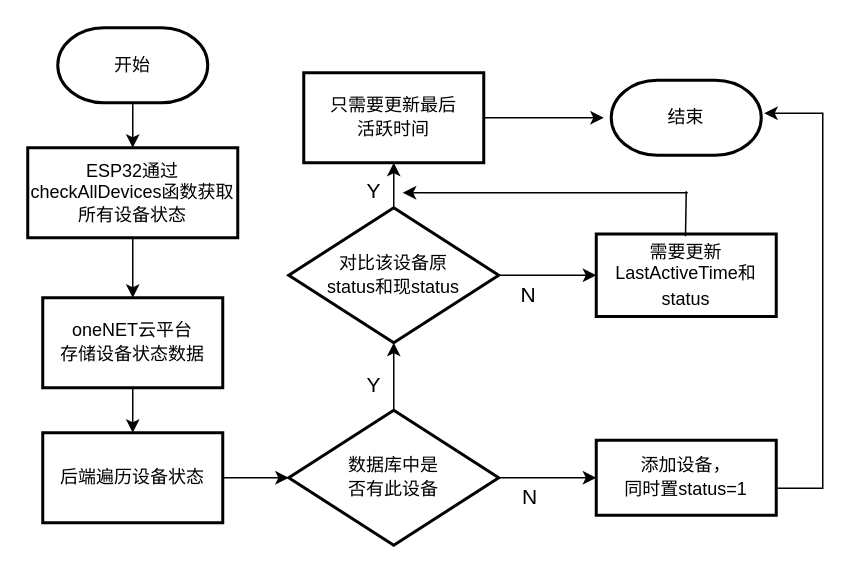
Above: 设备管理.drawio in zhangruyi3906/img (draw.io), before the change. Source tidied: cells renumbered, new cells numbered last; positions are measured from the earlier drawing's top-left corner, leaving out a move shared by most shapes. Both pictures are drawn from the tidied source at 150%, with x=0, y=0 at pixel (27, 27).
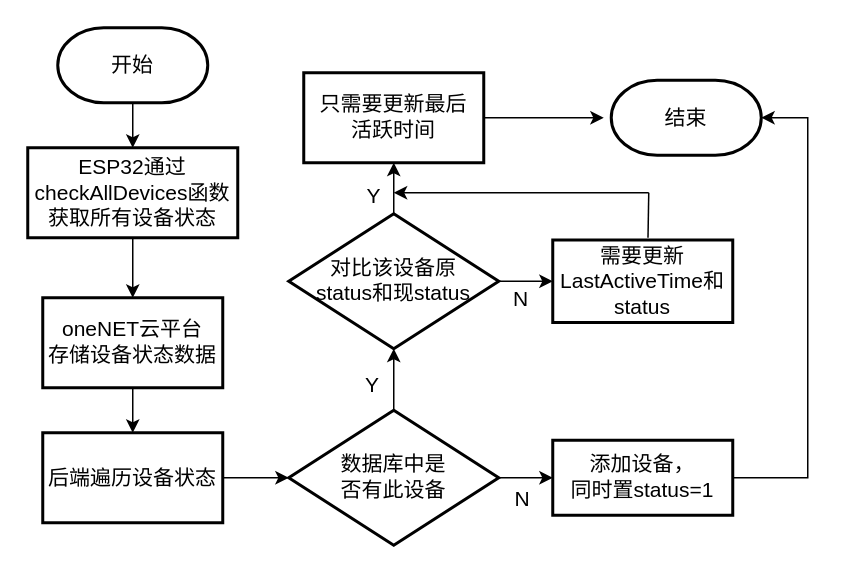
The same page after the edit.

Commit message:
更新设备管理.drawio

What changed in the source:
```diff
@@
-    <mxCell id="3" value="开始" style="strokeWidth=2;html=1;shape=mxgraph.flowchart.terminator;whiteSpace=wrap;" parent="1" vertex="1">
+    <mxCell id="3" value="&lt;font style=&quot;font-size: 14px;&quot;&gt;开始&lt;/font&gt;" style="strokeWidth=2;html=1;shape=mxgraph.flowchart.terminator;whiteSpace=wrap;" parent="1" vertex="1">
       <mxGeometry x="20" width="100" height="50" as="geometry" />
     </mxCell>
@@
-    <mxCell id="5" value="&lt;p class=&quot;MsoNormal&quot;&gt;&lt;font&gt;&lt;font style=&quot;&quot;&gt;ESP32&lt;/font&gt;&lt;font style=&quot;&quot;&gt;通过&lt;/font&gt;&lt;font style=&quot;&quot;&gt;checkAllDevices&lt;/font&gt;&lt;font style=&quot;&quot;&gt;函数获取所有设备状态&lt;/font&gt;&lt;/font&gt;&lt;/p&gt;" style="whiteSpace=wrap;html=1;strokeWidth=2;" parent="1" vertex="1">
+    <mxCell id="5" value="&lt;p class=&quot;MsoNormal&quot;&gt;&lt;font style=&quot;font-size: 14px;&quot;&gt;&lt;font style=&quot;&quot;&gt;ESP32&lt;/font&gt;&lt;font style=&quot;&quot;&gt;通过&lt;/font&gt;&lt;font style=&quot;&quot;&gt;checkAllDevices&lt;/font&gt;&lt;font style=&quot;&quot;&gt;函数获取所有设备状态&lt;/font&gt;&lt;/font&gt;&lt;/p&gt;" style="whiteSpace=wrap;html=1;strokeWidth=2;" parent="1" vertex="1">
       <mxGeometry y="80" width="140" height="60" as="geometry" />
     </mxCell>
@@
-    <mxCell id="7" value="&lt;div style=&quot;line-height: 30%;&quot;&gt;&lt;p class=&quot;MsoNormal&quot;&gt;&lt;font face=&quot;Helvetica&quot;&gt;&lt;font&gt;oneNET&lt;/font&gt;&lt;font&gt;云平台&lt;/font&gt;&lt;/font&gt;&lt;/p&gt;&lt;p class=&quot;MsoNormal&quot;&gt;&lt;font face=&quot;Helvetica&quot;&gt;&lt;font&gt;存储设备状态数据&lt;/font&gt;&lt;/font&gt;&lt;/p&gt;&lt;/div&gt;" style="whiteSpace=wrap;html=1;strokeWidth=2;" parent="1" vertex="1">
+    <mxCell id="7" value="&lt;div style=&quot;line-height: 30%;&quot;&gt;&lt;p class=&quot;MsoNormal&quot;&gt;&lt;font style=&quot;font-size: 14px;&quot; face=&quot;Helvetica&quot;&gt;&lt;font style=&quot;&quot;&gt;oneNET&lt;/font&gt;&lt;font style=&quot;&quot;&gt;云平台&lt;/font&gt;&lt;/font&gt;&lt;/p&gt;&lt;p class=&quot;MsoNormal&quot;&gt;&lt;font face=&quot;Helvetica&quot;&gt;&lt;font style=&quot;font-size: 14px;&quot;&gt;存储设备状态数据&lt;/font&gt;&lt;/font&gt;&lt;/p&gt;&lt;/div&gt;" style="whiteSpace=wrap;html=1;strokeWidth=2;" parent="1" vertex="1">
       <mxGeometry x="10" y="180" width="120" height="60" as="geometry" />
     </mxCell>
@@
-    <mxCell id="9" value="&lt;p class=&quot;MsoNormal&quot;&gt;&lt;font face=&quot;Helvetica&quot;&gt;后端遍历设备状态&lt;/font&gt;&lt;/p&gt;" style="whiteSpace=wrap;html=1;strokeWidth=2;" parent="1" vertex="1">
+    <mxCell id="9" value="&lt;p class=&quot;MsoNormal&quot;&gt;&lt;font style=&quot;font-size: 14px;&quot; face=&quot;Helvetica&quot;&gt;后端遍历设备状态&lt;/font&gt;&lt;/p&gt;" style="whiteSpace=wrap;html=1;strokeWidth=2;" parent="1" vertex="1">
       <mxGeometry x="10" y="270" width="120" height="60" as="geometry" />
     </mxCell>
@@
-    <mxCell id="12" value="&lt;div style=&quot;line-height: 30%;&quot;&gt;&lt;p class=&quot;MsoNormal&quot;&gt;&lt;span style=&quot;line-height: 30%;&quot;&gt;&lt;font&gt;数据库中是&lt;/font&gt;&lt;/span&gt;&lt;/p&gt;&lt;p class=&quot;MsoNormal&quot;&gt;&lt;span style=&quot;background-color: transparent; color: light-dark(rgb(0, 0, 0), rgb(255, 255, 255)); line-height: 30%;&quot;&gt;&lt;font&gt;否有此设备&lt;/font&gt;&lt;/span&gt;&lt;/p&gt;&lt;/div&gt;" style="rhombus;whiteSpace=wrap;html=1;strokeWidth=2;" parent="1" vertex="1">
+    <mxCell id="12" value="&lt;div style=&quot;line-height: 30%;&quot;&gt;&lt;p class=&quot;MsoNormal&quot;&gt;&lt;span style=&quot;line-height: 30%;&quot;&gt;&lt;font style=&quot;font-size: 14px;&quot;&gt;数据库中是&lt;/font&gt;&lt;/span&gt;&lt;/p&gt;&lt;p class=&quot;MsoNormal&quot;&gt;&lt;span style=&quot;background-color: transparent; color: light-dark(rgb(0, 0, 0), rgb(255, 255, 255)); line-height: 30%;&quot;&gt;&lt;font style=&quot;font-size: 14px;&quot;&gt;否有此设备&lt;/font&gt;&lt;/span&gt;&lt;/p&gt;&lt;/div&gt;" style="rhombus;whiteSpace=wrap;html=1;strokeWidth=2;" parent="1" vertex="1">
       <mxGeometry x="174" y="255" width="140" height="90" as="geometry" />
     </mxCell>
@@
-    <mxCell id="15" value="&lt;div style=&quot;line-height: 30%;&quot;&gt;&lt;p class=&quot;MsoNormal&quot;&gt;&lt;span style=&quot;background-color: transparent; color: light-dark(rgb(0, 0, 0), rgb(255, 255, 255));&quot;&gt;&lt;font&gt;对比该设备原&lt;/font&gt;&lt;/span&gt;&lt;/p&gt;&lt;p class=&quot;MsoNormal&quot;&gt;&lt;font&gt;&lt;span style=&quot;background-color: transparent; color: light-dark(rgb(0, 0, 0), rgb(255, 255, 255));&quot;&gt;status&lt;/span&gt;&lt;span style=&quot;background-color: transparent; color: light-dark(rgb(0, 0, 0), rgb(255, 255, 255));&quot;&gt;和现status&lt;/span&gt;&lt;/font&gt;&lt;/p&gt;&lt;/div&gt;" style="rhombus;whiteSpace=wrap;html=1;strokeWidth=2;" parent="1" vertex="1">
-      <mxGeometry x="174" y="120" width="140" height="90" as="geometry" />
+    <mxCell id="15" value="&lt;div style=&quot;line-height: 30%;&quot;&gt;&lt;p class=&quot;MsoNormal&quot;&gt;&lt;span style=&quot;background-color: transparent; color: light-dark(rgb(0, 0, 0), rgb(255, 255, 255));&quot;&gt;&lt;font style=&quot;font-size: 14px;&quot;&gt;对比该设备原&lt;/font&gt;&lt;/span&gt;&lt;/p&gt;&lt;p class=&quot;MsoNormal&quot;&gt;&lt;font style=&quot;font-size: 14px;&quot;&gt;&lt;span style=&quot;background-color: transparent; color: light-dark(rgb(0, 0, 0), rgb(255, 255, 255));&quot;&gt;status&lt;/span&gt;&lt;span style=&quot;background-color: transparent; color: light-dark(rgb(0, 0, 0), rgb(255, 255, 255));&quot;&gt;和现status&lt;/span&gt;&lt;/font&gt;&lt;/p&gt;&lt;/div&gt;" style="rhombus;whiteSpace=wrap;html=1;strokeWidth=2;" parent="1" vertex="1">
+      <mxGeometry x="174" y="124" width="140" height="90" as="geometry" />
     </mxCell>
@@
-    <mxCell id="17" value="&lt;div style=&quot;line-height: 30%;&quot;&gt;&lt;p class=&quot;MsoNormal&quot;&gt;&lt;span style=&quot;line-height: 30%;&quot;&gt;&lt;font face=&quot;Helvetica&quot;&gt;只需要更新最后&lt;/font&gt;&lt;/span&gt;&lt;/p&gt;&lt;p class=&quot;MsoNormal&quot;&gt;&lt;span style=&quot;line-height: 30%;&quot;&gt;&lt;font face=&quot;Helvetica&quot;&gt;活跃时间&lt;/font&gt;&lt;/span&gt;&lt;/p&gt;&lt;/div&gt;" style="whiteSpace=wrap;html=1;strokeWidth=2;" parent="1" vertex="1">
+    <mxCell id="17" value="&lt;div style=&quot;line-height: 30%;&quot;&gt;&lt;p class=&quot;MsoNormal&quot;&gt;&lt;span style=&quot;line-height: 30%;&quot;&gt;&lt;font style=&quot;font-size: 14px;&quot; face=&quot;Helvetica&quot;&gt;只需要更新最后&lt;/font&gt;&lt;/span&gt;&lt;/p&gt;&lt;p class=&quot;MsoNormal&quot;&gt;&lt;span style=&quot;line-height: 30%;&quot;&gt;&lt;font style=&quot;font-size: 14px;&quot; face=&quot;Helvetica&quot;&gt;活跃时间&lt;/font&gt;&lt;/span&gt;&lt;/p&gt;&lt;/div&gt;" style="whiteSpace=wrap;html=1;strokeWidth=2;" parent="1" vertex="1">
       <mxGeometry x="184" y="30" width="120" height="60" as="geometry" />
     </mxCell>
-    <mxCell id="18" value="结束" style="strokeWidth=2;html=1;shape=mxgraph.flowchart.terminator;whiteSpace=wrap;" parent="1" vertex="1">
+    <mxCell id="18" value="&lt;font style=&quot;font-size: 14px;&quot;&gt;结束&lt;/font&gt;" style="strokeWidth=2;html=1;shape=mxgraph.flowchart.terminator;whiteSpace=wrap;" parent="1" vertex="1">
       <mxGeometry x="389" y="35" width="100" height="50" as="geometry" />
     </mxCell>
-    <mxCell id="19" style="edgeStyle=orthogonalEdgeStyle;rounded=0;orthogonalLoop=1;jettySize=auto;html=1;" parent="1" edge="1">
-      <mxGeometry relative="1" as="geometry">
-        <mxPoint x="500" y="307" as="sourcePoint" />
-        <mxPoint x="491" y="57" as="targetPoint" />
-        <Array as="points">
-          <mxPoint x="530" y="307" />
-          <mxPoint x="530" y="57" />
-        </Array>
-      </mxGeometry>
-    </mxCell>
+    <mxCell id="28" style="edgeStyle=orthogonalEdgeStyle;rounded=0;jettySize=auto;html=1;" parent="1" edge="1" source="20">
+      <mxGeometry relative="1" as="geometry">
+        <mxPoint x="489" y="60" as="targetPoint" />
+        <Array as="points">
+          <mxPoint x="520" y="300" />
+          <mxPoint x="520" y="60" />
+        </Array>
+      </mxGeometry>
+    </mxCell>
-    <mxCell id="20" value="&lt;div style=&quot;line-height: 30%;&quot;&gt;&lt;p class=&quot;MsoNormal&quot;&gt;&lt;span style=&quot;line-height: 30%;&quot;&gt;&lt;font style=&quot;&quot; face=&quot;Helvetica&quot;&gt;&lt;font&gt;添加设备，&lt;/font&gt;&lt;/font&gt;&lt;/span&gt;&lt;/p&gt;&lt;p class=&quot;MsoNormal&quot;&gt;&lt;span style=&quot;line-height: 30%;&quot;&gt;&lt;font face=&quot;Helvetica&quot;&gt;&lt;font style=&quot;&quot;&gt;同时置&lt;/font&gt;&lt;font style=&quot;&quot;&gt;status=1&lt;/font&gt;&lt;/font&gt;&lt;/span&gt;&lt;/p&gt;&lt;/div&gt;" style="whiteSpace=wrap;html=1;strokeWidth=2;" parent="1" vertex="1">
-      <mxGeometry x="379" y="275" width="120" height="50" as="geometry" />
+    <mxCell id="20" value="&lt;div style=&quot;line-height: 30%;&quot;&gt;&lt;p class=&quot;MsoNormal&quot;&gt;&lt;span style=&quot;line-height: 30%;&quot;&gt;&lt;font style=&quot;&quot; face=&quot;Helvetica&quot;&gt;&lt;font style=&quot;font-size: 14px;&quot;&gt;添加设备，&lt;/font&gt;&lt;/font&gt;&lt;/span&gt;&lt;/p&gt;&lt;p class=&quot;MsoNormal&quot;&gt;&lt;span style=&quot;line-height: 30%;&quot;&gt;&lt;font style=&quot;font-size: 14px;&quot; face=&quot;Helvetica&quot;&gt;&lt;font style=&quot;&quot;&gt;同时置&lt;/font&gt;&lt;font style=&quot;&quot;&gt;status=1&lt;/font&gt;&lt;/font&gt;&lt;/span&gt;&lt;/p&gt;&lt;/div&gt;" style="whiteSpace=wrap;html=1;strokeWidth=2;" parent="1" vertex="1">
+      <mxGeometry x="350" y="275" width="120" height="50" as="geometry" />
     </mxCell>
-    <mxCell id="21" value="&lt;p class=&quot;MsoNormal&quot;&gt;&lt;font face=&quot;Helvetica&quot;&gt;&lt;font style=&quot;&quot;&gt;需要更新&lt;/font&gt;&lt;font style=&quot;&quot;&gt;LastActiveTime&lt;/font&gt;&lt;font style=&quot;&quot;&gt;和&lt;/font&gt;&lt;font style=&quot;&quot;&gt;status&lt;/font&gt;&lt;/font&gt;&lt;span style=&quot;mso-spacerun:'yes';font-family:Calibri;mso-fareast-font-family:宋体;&lt;br/&gt;mso-bidi-font-family:'Times New Roman';font-size:10.5000pt;mso-font-kerning:1.0000pt;&quot;&gt;&lt;/span&gt;&lt;/p&gt;" style="whiteSpace=wrap;html=1;strokeWidth=2;" parent="1" vertex="1">
-      <mxGeometry x="379" y="137.5" width="120" height="55" as="geometry" />
+    <mxCell id="21" value="&lt;p class=&quot;MsoNormal&quot;&gt;&lt;font style=&quot;font-size: 14px;&quot; face=&quot;Helvetica&quot;&gt;&lt;font style=&quot;&quot;&gt;需要更新&lt;/font&gt;&lt;font style=&quot;&quot;&gt;LastActiveTime&lt;/font&gt;&lt;font style=&quot;&quot;&gt;和&lt;/font&gt;&lt;font style=&quot;&quot;&gt;status&lt;/font&gt;&lt;/font&gt;&lt;span style=&quot;mso-spacerun:'yes';font-family:Calibri;mso-fareast-font-family:宋体;&lt;br/&gt;mso-bidi-font-family:'Times New Roman';font-size:10.5000pt;mso-font-kerning:1.0000pt;&quot;&gt;&lt;/span&gt;&lt;/p&gt;" style="whiteSpace=wrap;html=1;strokeWidth=2;" parent="1" vertex="1">
+      <mxGeometry x="350" y="141.5" width="120" height="55" as="geometry" />
     </mxCell>
     <mxCell id="22" style="endArrow=none;html=1;rounded=0;" parent="1" edge="1">
       <mxGeometry relative="1" as="geometry">
-        <mxPoint x="438.5" y="139" as="sourcePoint" />
-        <mxPoint x="439" y="109" as="targetPoint" />
+        <mxPoint x="413.5" y="140" as="sourcePoint" />
+        <mxPoint x="414" y="110" as="targetPoint" />
       </mxGeometry>
     </mxCell>
     <mxCell id="23" style="endArrow=classic;html=1;rounded=0;" parent="1" edge="1">
       <mxGeometry relative="1" as="geometry">
-        <mxPoint x="440" y="110" as="sourcePoint" />
-        <mxPoint x="250" y="110" as="targetPoint" />
+        <mxPoint x="414" y="110" as="sourcePoint" />
+        <mxPoint x="244" y="110" as="targetPoint" />
       </mxGeometry>
     </mxCell>
     <mxCell id="24" value="&lt;font style=&quot;font-size: 14px;&quot;&gt;N&lt;/font&gt;" style="text;html=1;align=center;verticalAlign=middle;whiteSpace=wrap;rounded=0;" parent="1" vertex="1">
-      <mxGeometry x="305" y="298" width="60" height="30" as="geometry" />
+      <mxGeometry x="300" y="299" width="60" height="30" as="geometry" />
     </mxCell>
     <mxCell id="25" value="&lt;font style=&quot;font-size: 14px;&quot;&gt;Y&lt;/font&gt;" style="text;html=1;align=center;verticalAlign=middle;whiteSpace=wrap;rounded=0;" parent="1" vertex="1">
-      <mxGeometry x="201" y="223" width="60" height="30" as="geometry" />
+      <mxGeometry x="200" y="223" width="60" height="30" as="geometry" />
     </mxCell>
     <mxCell id="26" value="&lt;font style=&quot;font-size: 14px;&quot;&gt;Y&lt;/font&gt;" style="text;html=1;align=center;verticalAlign=middle;whiteSpace=wrap;rounded=0;" parent="1" vertex="1">
-      <mxGeometry x="201" y="94" width="60" height="30" as="geometry" />
+      <mxGeometry x="201" y="97" width="60" height="30" as="geometry" />
     </mxCell>
     <mxCell id="27" value="&lt;font style=&quot;font-size: 14px;&quot;&gt;N&lt;/font&gt;" style="text;html=1;align=center;verticalAlign=middle;whiteSpace=wrap;rounded=0;" parent="1" vertex="1">
-      <mxGeometry x="304" y="162.5" width="60" height="30" as="geometry" />
+      <mxGeometry x="299" y="165.5" width="60" height="30" as="geometry" />
     </mxCell>
```
